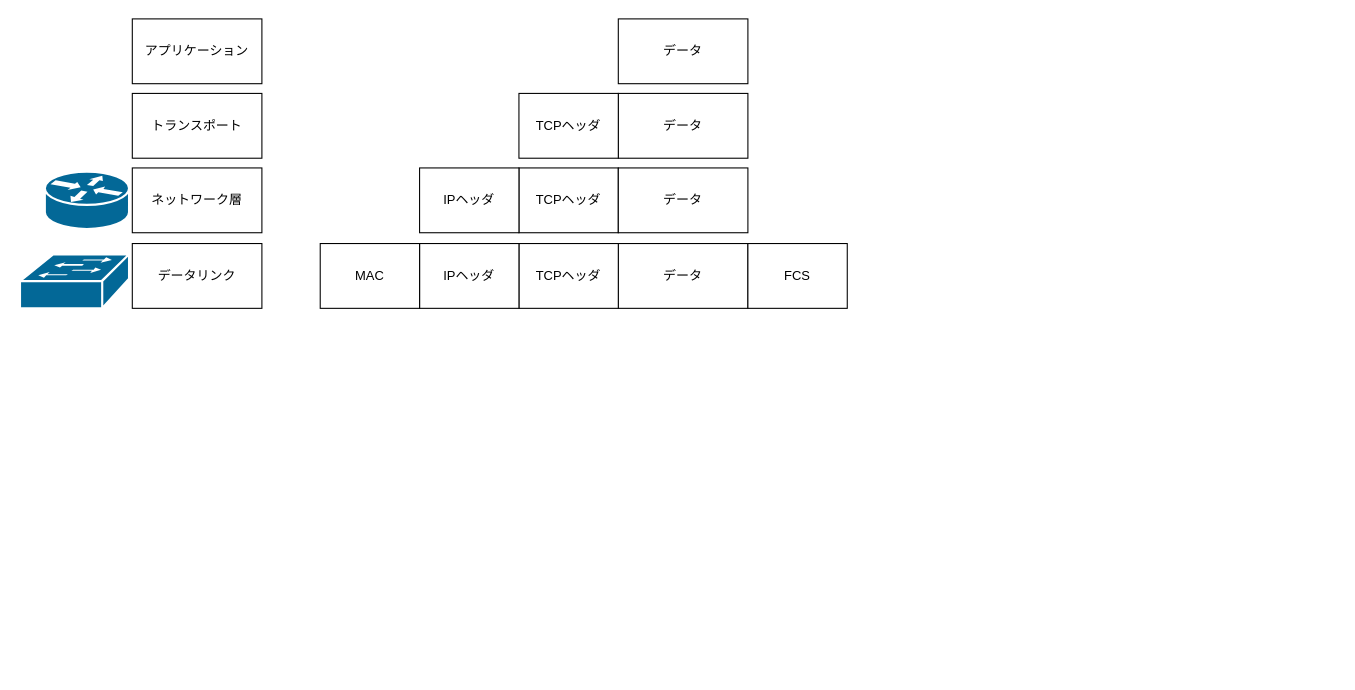
Earlier version of the draw.io diagram カプセル化（フレーミング）.drawio (kyforprogram/ccna). Source tidied: cells renumbered, new cells numbered last; positions are measured from the earlier drawing's top-left corner, leaving out a move shared by most shapes. Both pictures are drawn from the tidied source at 108%, with x=0, y=0 at pixel (19, 18).
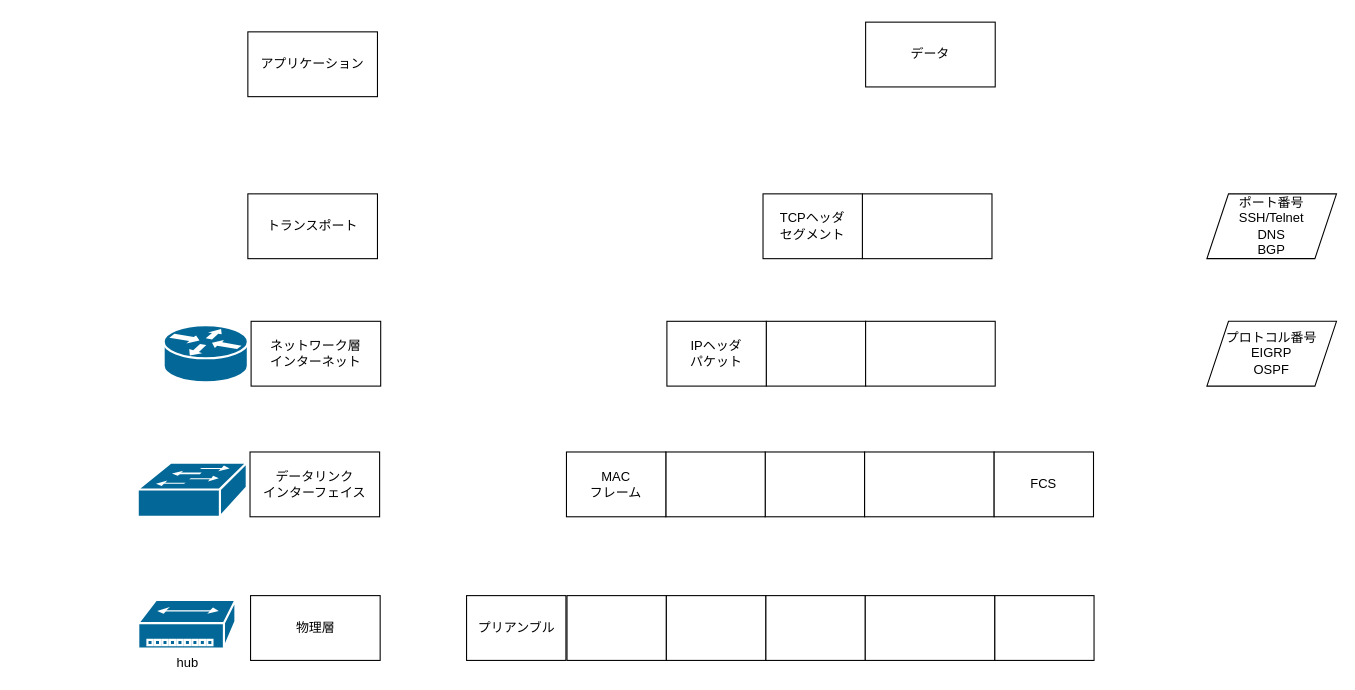
Above is the later version.

Commit message (it also covers changes not shown here):
カプセル化（フレーミング）.drawio を更新します

What changed in the source:
```diff
@@
     <mxCell id="2" value="データ" style="whiteSpace=wrap;html=1;" parent="1" vertex="1">
-      <mxGeometry x="554" width="120" height="60" as="geometry" />
+      <mxGeometry x="783" y="3" width="120" height="60" as="geometry" />
     </mxCell>
-    <mxCell id="3" value="データ" style="whiteSpace=wrap;html=1;" parent="1" vertex="1">
-      <mxGeometry x="554" y="69" width="120" height="60" as="geometry" />
+    <mxCell id="3" style="whiteSpace=wrap;html=1;" parent="1" vertex="1">
+      <mxGeometry x="780" y="162" width="120" height="60" as="geometry" />
     </mxCell>
-    <mxCell id="4" value="TCPヘッダ" style="whiteSpace=wrap;html=1;" parent="1" vertex="1">
-      <mxGeometry x="462" y="69" width="92" height="60" as="geometry" />
+    <mxCell id="4" value="TCPヘッダ&lt;br&gt;セグメント" style="whiteSpace=wrap;html=1;" parent="1" vertex="1">
+      <mxGeometry x="688" y="162" width="92" height="60" as="geometry" />
     </mxCell>
-    <mxCell id="5" value="TCPヘッダ" style="whiteSpace=wrap;html=1;" parent="1" vertex="1">
-      <mxGeometry x="462" y="138" width="92" height="60" as="geometry" />
+    <mxCell id="5" style="whiteSpace=wrap;html=1;" parent="1" vertex="1">
+      <mxGeometry x="691" y="280" width="92" height="60" as="geometry" />
     </mxCell>
-    <mxCell id="6" value="データ" style="whiteSpace=wrap;html=1;" parent="1" vertex="1">
-      <mxGeometry x="554" y="138" width="120" height="60" as="geometry" />
+    <mxCell id="6" style="whiteSpace=wrap;html=1;" parent="1" vertex="1">
+      <mxGeometry x="783" y="280" width="120" height="60" as="geometry" />
     </mxCell>
-    <mxCell id="7" value="IPヘッダ" style="whiteSpace=wrap;html=1;" parent="1" vertex="1">
-      <mxGeometry x="370" y="138" width="92" height="60" as="geometry" />
+    <mxCell id="7" value="IPヘッダ&lt;br&gt;パケット" style="whiteSpace=wrap;html=1;" parent="1" vertex="1">
+      <mxGeometry x="599" y="280" width="92" height="60" as="geometry" />
     </mxCell>
-    <mxCell id="8" value="データ" style="whiteSpace=wrap;html=1;" parent="1" vertex="1">
-      <mxGeometry x="554" y="208" width="120" height="60" as="geometry" />
+    <mxCell id="8" style="whiteSpace=wrap;html=1;" parent="1" vertex="1">
+      <mxGeometry x="782" y="401" width="120" height="60" as="geometry" />
     </mxCell>
-    <mxCell id="9" value="TCPヘッダ" style="whiteSpace=wrap;html=1;" parent="1" vertex="1">
-      <mxGeometry x="462" y="208" width="92" height="60" as="geometry" />
+    <mxCell id="9" style="whiteSpace=wrap;html=1;" parent="1" vertex="1">
+      <mxGeometry x="690" y="401" width="92" height="60" as="geometry" />
     </mxCell>
-    <mxCell id="10" value="IPヘッダ" style="whiteSpace=wrap;html=1;" parent="1" vertex="1">
-      <mxGeometry x="370" y="208" width="92" height="60" as="geometry" />
+    <mxCell id="10" style="whiteSpace=wrap;html=1;" parent="1" vertex="1">
+      <mxGeometry x="598" y="401" width="92" height="60" as="geometry" />
     </mxCell>
     <mxCell id="11" value="FCS" style="whiteSpace=wrap;html=1;" parent="1" vertex="1">
-      <mxGeometry x="674" y="208" width="92" height="60" as="geometry" />
+      <mxGeometry x="902" y="401" width="92" height="60" as="geometry" />
     </mxCell>
     <mxCell id="12" value="アプリケーション" style="whiteSpace=wrap;html=1;" parent="1" vertex="1">
-      <mxGeometry x="104" width="120" height="60" as="geometry" />
+      <mxGeometry x="211" y="12" width="120" height="60" as="geometry" />
     </mxCell>
     <mxCell id="13" value="トランスポート" style="whiteSpace=wrap;html=1;" parent="1" vertex="1">
-      <mxGeometry x="104" y="69" width="120" height="60" as="geometry" />
+      <mxGeometry x="211" y="162" width="120" height="60" as="geometry" />
     </mxCell>
-    <mxCell id="14" value="ネットワーク層" style="whiteSpace=wrap;html=1;" parent="1" vertex="1">
-      <mxGeometry x="104" y="138" width="120" height="60" as="geometry" />
+    <mxCell id="14" value="ネットワーク層&lt;br&gt;インターネット" style="whiteSpace=wrap;html=1;" parent="1" vertex="1">
+      <mxGeometry x="214" y="280" width="120" height="60" as="geometry" />
     </mxCell>
-    <mxCell id="15" value="データリンク" style="whiteSpace=wrap;html=1;" parent="1" vertex="1">
-      <mxGeometry x="104" y="208" width="120" height="60" as="geometry" />
+    <mxCell id="15" value="データリンク&lt;br&gt;インターフェイス" style="whiteSpace=wrap;html=1;" parent="1" vertex="1">
+      <mxGeometry x="213" y="401" width="120" height="60" as="geometry" />
     </mxCell>
     <mxCell id="16" style="shape=mxgraph.cisco.routers.router;sketch=0;html=1;dashed=0;fillColor=#036897;strokeColor=#ffffff;strokeWidth=2;verticalLabelPosition=bottom;verticalAlign=top;align=center;fontFamily=Helvetica;fontSize=11;fontColor=default;" parent="1" vertex="1">
-      <mxGeometry x="23" y="141.5" width="78" height="53" as="geometry" />
+      <mxGeometry x="133" y="283.5" width="78" height="53" as="geometry" />
     </mxCell>
     <mxCell id="17" style="shape=mxgraph.cisco.switches.workgroup_switch;sketch=0;html=1;dashed=0;fillColor=#036897;strokeColor=#ffffff;strokeWidth=2;verticalLabelPosition=bottom;verticalAlign=top;align=center;fontFamily=Helvetica;fontSize=11;fontColor=default;" parent="1" vertex="1">
-      <mxGeometry y="218" width="101" height="50" as="geometry" />
+      <mxGeometry x="109" y="411" width="101" height="50" as="geometry" />
     </mxCell>
-    <mxCell id="18" value="MAC" style="whiteSpace=wrap;html=1;" parent="1" vertex="1">
-      <mxGeometry x="278" y="208" width="92" height="60" as="geometry" />
+    <mxCell id="18" value="MAC&lt;br&gt;フレーム" style="whiteSpace=wrap;html=1;" parent="1" vertex="1">
+      <mxGeometry x="506" y="401" width="92" height="60" as="geometry" />
     </mxCell>
+    <mxCell id="19" style="whiteSpace=wrap;html=1;" parent="1" vertex="1">
+      <mxGeometry x="902.5" y="534" width="92" height="60" as="geometry" />
+    </mxCell>
+    <mxCell id="20" value="物理層" style="whiteSpace=wrap;html=1;" parent="1" vertex="1">
+      <mxGeometry x="213.5" y="534" width="120" height="60" as="geometry" />
+    </mxCell>
+    <mxCell id="21" style="whiteSpace=wrap;html=1;" parent="1" vertex="1">
+      <mxGeometry x="506.5" y="534" width="92" height="60" as="geometry" />
+    </mxCell>
+    <mxCell id="22" style="whiteSpace=wrap;html=1;" parent="1" vertex="1">
+      <mxGeometry x="782.5" y="534" width="120" height="60" as="geometry" />
+    </mxCell>
+    <mxCell id="23" style="whiteSpace=wrap;html=1;" parent="1" vertex="1">
+      <mxGeometry x="690.5" y="534" width="92" height="60" as="geometry" />
+    </mxCell>
+    <mxCell id="24" style="whiteSpace=wrap;html=1;" parent="1" vertex="1">
+      <mxGeometry x="598.5" y="534" width="92" height="60" as="geometry" />
+    </mxCell>
+    <mxCell id="25" value="プリアンブル" style="whiteSpace=wrap;html=1;" parent="1" vertex="1">
+      <mxGeometry x="413.5" y="534" width="92" height="60" as="geometry" />
+    </mxCell>
+    <mxCell id="26" value="hub" style="shape=mxgraph.cisco.hubs_and_gateways.small_hub;sketch=0;html=1;dashed=0;fillColor=#036897;strokeColor=#ffffff;strokeWidth=2;verticalLabelPosition=bottom;verticalAlign=top;align=center;" parent="1" vertex="1">
+      <mxGeometry x="109.5" y="538" width="90" height="45" as="geometry" />
+    </mxCell>
+    <mxCell id="27" value="プロトコル番号&lt;br&gt;EIGRP&lt;br&gt;OSPF" style="shape=parallelogram;perimeter=parallelogramPerimeter;whiteSpace=wrap;html=1;fixedSize=1;" parent="1" vertex="1">
+      <mxGeometry x="1099" y="280" width="120" height="60" as="geometry" />
+    </mxCell>
+    <mxCell id="28" value="ポート番号&lt;br&gt;SSH/Telnet&lt;br&gt;DNS&lt;br&gt;BGP" style="shape=parallelogram;perimeter=parallelogramPerimeter;whiteSpace=wrap;html=1;fixedSize=1;" parent="1" vertex="1">
+      <mxGeometry x="1099" y="162" width="120" height="60" as="geometry" />
+    </mxCell>
```
